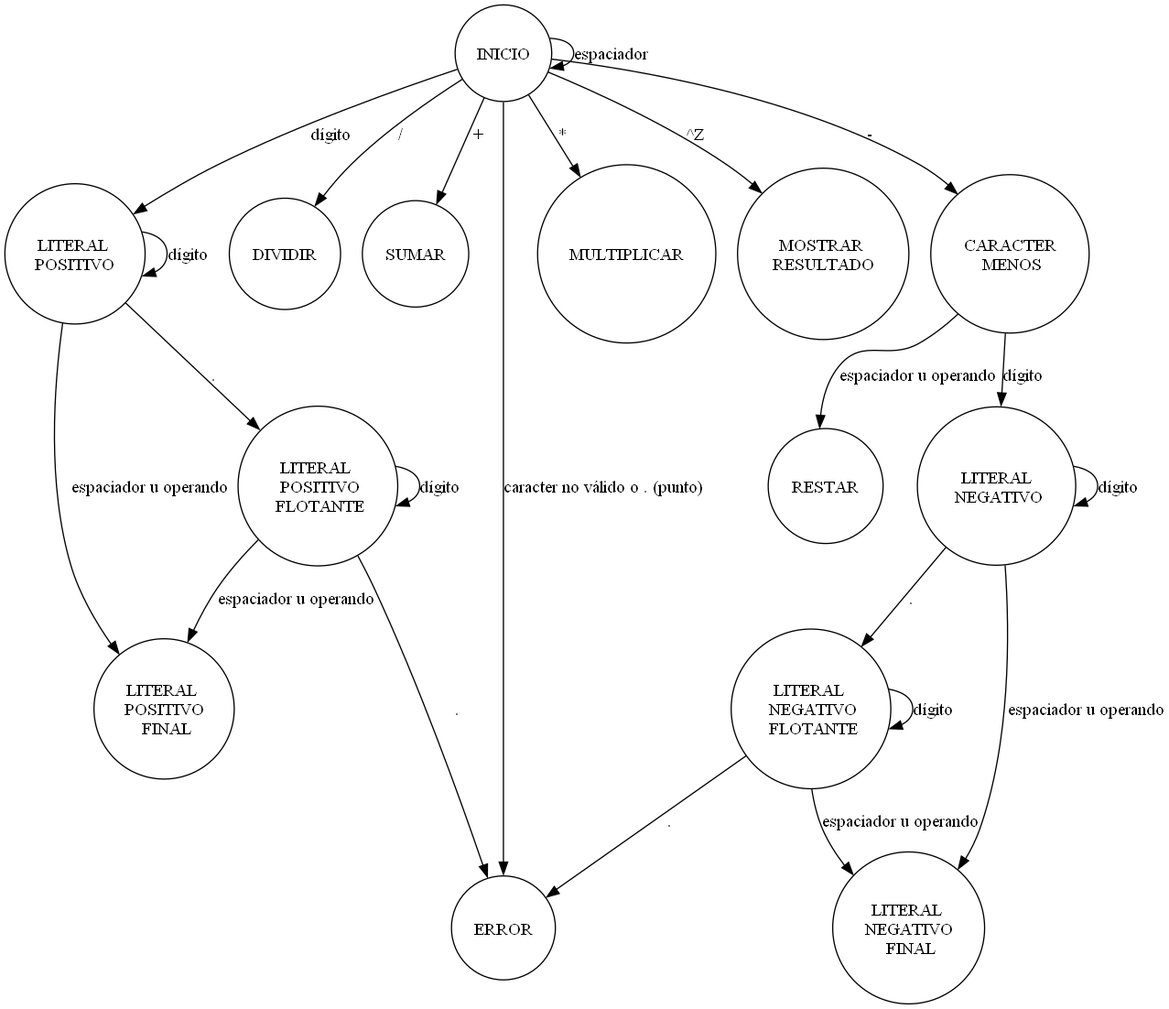
This is 25-CalculadoraPolaca/Scanner.png from IAristia/SSL, a Graphviz export, as it was before one commit. Its source is kept beside it as 25-CalculadoraPolaca/scanner.gv.
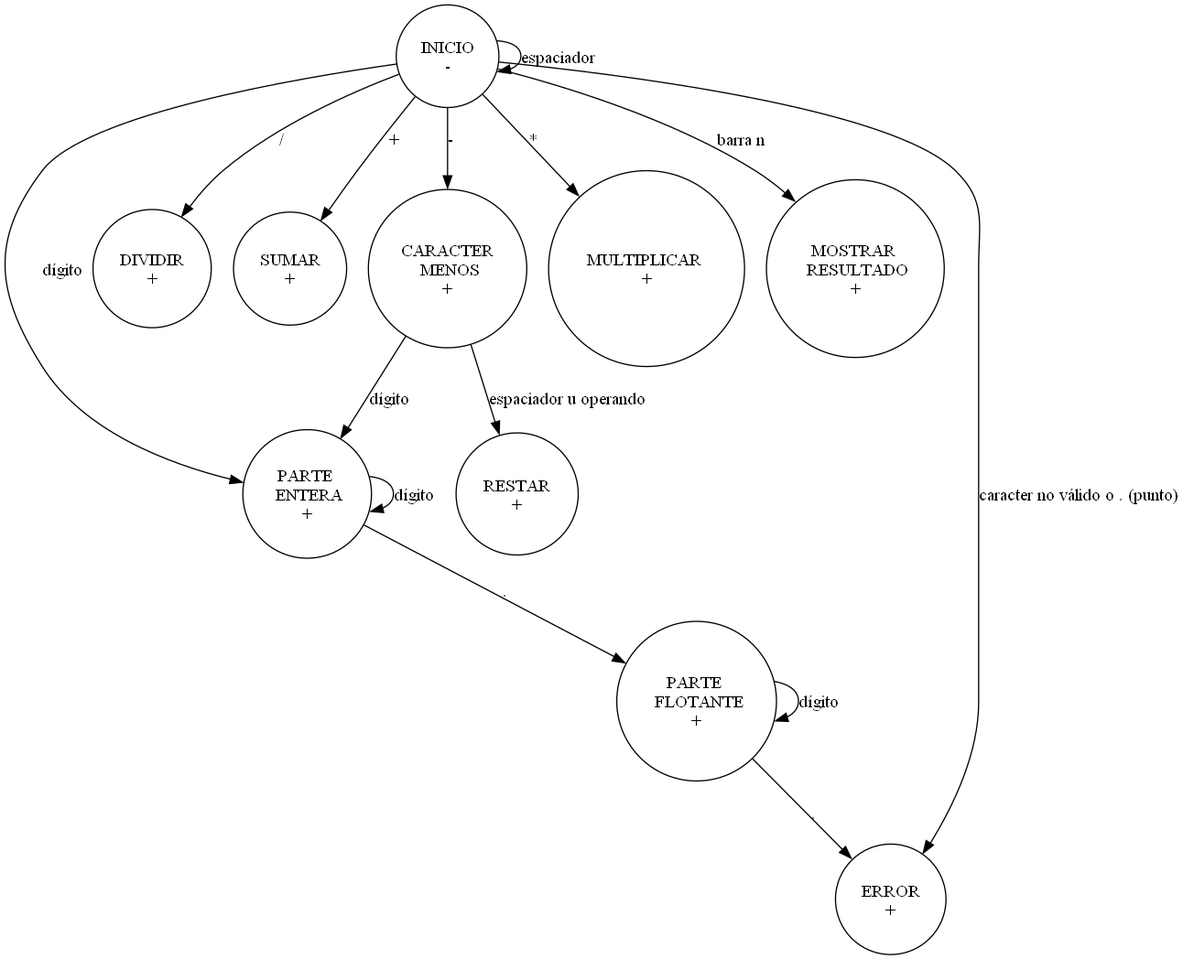
Later version of the same file.

Commit message:
Refactor MdE scanner (correcciones de la clase)

The edit, as a diff of the source:
```diff
@@ -4,40 +4,31 @@
 
     node [shape = circle, witdth = 5];
 
-    INICIO [label = "INICIO"];
-    LITERAL_POSITIVO [label = "LITERAL \nPOSITIVO"];
-    LITERAL_POSITIVO_FLOTANTE [label = "LITERAL \n POSITIVO\n FLOTANTE"];
-    LITERAL_POSITIVO_FINAL [label = "LITERAL \nPOSITIVO\n FINAL"];
-    DIVIDIR [label = "DIVIDIR"];
-    SUMAR [label = "SUMAR"];
-    CARACTER_MENOS [label = "CARACTER\n MENOS"];
-    RESTAR [label = "RESTAR"];
-    LITERAL_NEGATIVO [label = "LITERAL\n NEGATIVO"];
-    LITERAL_NEGATIVO_FLOTANTE [label = "LITERAL \n NEGATIVO\n FLOTANTE"];
-    LITERAL_NEGATIVO_FINAL [label = "LITERAL \nNEGATIVO\n FINAL"];
-    MULTIPLICAR [label = "MULTIPLICAR"];
-    RESULTADO [label = "MOSTRAR \nRESULTADO"];
-    ERROR [label = "ERROR"];
+    INICIO [label = "INICIO\n-"];
+    PARTE_ENTERA [label = "PARTE \n ENTERA\n+"];
+    DIVIDIR [label = "DIVIDIR\n+"];
+    SUMAR [label = "SUMAR\n+"];
+    CARACTER_MENOS [label = "CARACTER\n MENOS\n+"];
+    RESTAR [label = "RESTAR\n+"];
+    MULTIPLICAR [label = "MULTIPLICAR \n+"];
+    RESULTADO [label = "MOSTRAR \n RESULTADO\n+"];
+    ERROR [label = "ERROR\n+"];
+    PARTE_FLOTANTE[label= "PARTE \n FLOTANTE\n+"];
 
 
+    INICIO -> ERROR[label = "caracter no válido o . (punto)"]
+
     INICIO -> INICIO [label = "espaciador"];
-    INICIO -> LITERAL_POSITIVO [label = "dígito"];
-    LITERAL_POSITIVO -> LITERAL_POSITIVO [label = "dígito"];
-    LITERAL_POSITIVO -> LITERAL_POSITIVO_FLOTANTE [label = "."];
-    LITERAL_POSITIVO_FLOTANTE -> LITERAL_POSITIVO_FLOTANTE [label = "dígito"];
-    LITERAL_POSITIVO_FLOTANTE -> LITERAL_POSITIVO_FINAL [label = "espaciador u operando"];
-    LITERAL_POSITIVO_FLOTANTE -> ERROR [label ="."];
-    LITERAL_POSITIVO -> LITERAL_POSITIVO_FINAL [label = "espaciador u operando"];
+    INICIO ->PARTE_ENTERA [label = "dígito"];
+    PARTE_ENTERA ->PARTE_ENTERA [label = "dígito"];
+    PARTE_ENTERA ->PARTE_FLOTANTE [label = "."];
+    PARTE_FLOTANTE ->PARTE_FLOTANTE [label = "dígito"];
+    PARTE_FLOTANTE -> ERROR [label ="."];
+
 
     INICIO -> CARACTER_MENOS [label ="-"];
     CARACTER_MENOS -> RESTAR [label ="espaciador u operando"];
-    CARACTER_MENOS -> LITERAL_NEGATIVO [label ="dígito"];
-    LITERAL_NEGATIVO -> LITERAL_NEGATIVO [label ="dígito"];
-    LITERAL_NEGATIVO -> LITERAL_NEGATIVO_FINAL [label ="espaciador u operando"];
-    LITERAL_NEGATIVO -> LITERAL_NEGATIVO_FLOTANTE [label ="."];
-    LITERAL_NEGATIVO_FLOTANTE -> LITERAL_NEGATIVO_FLOTANTE [label ="dígito"];
-    LITERAL_NEGATIVO_FLOTANTE -> ERROR [label ="."];
-    LITERAL_NEGATIVO_FLOTANTE -> LITERAL_NEGATIVO_FINAL[label = "espaciador u operando"];
+    CARACTER_MENOS ->PARTE_ENTERA [label ="dígito"];
 
     INICIO -> DIVIDIR[label = "/"]
 
@@ -45,8 +36,8 @@
 
     INICIO -> MULTIPLICAR[label = "*"]
 
-    INICIO -> RESULTADO[label = "^Z"]
+    INICIO -> RESULTADO[label = "barra n"]
 
-    INICIO -> ERROR[label = "caracter no válido o . (punto)"]
+
 
 }
```
